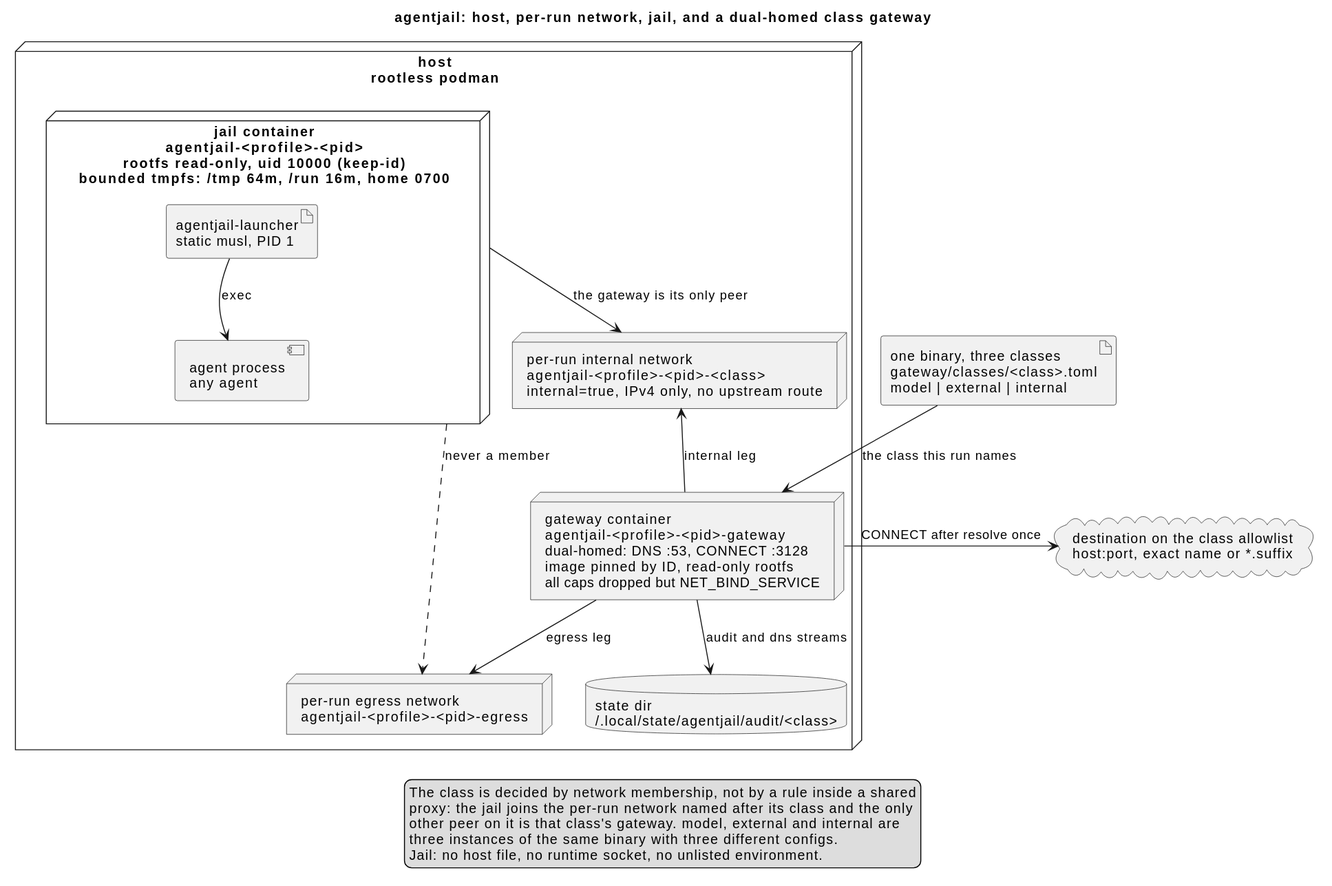
The PlantUML diagram docs/diagrams/deployment.svg in Breinich/agentjail, before a commit.
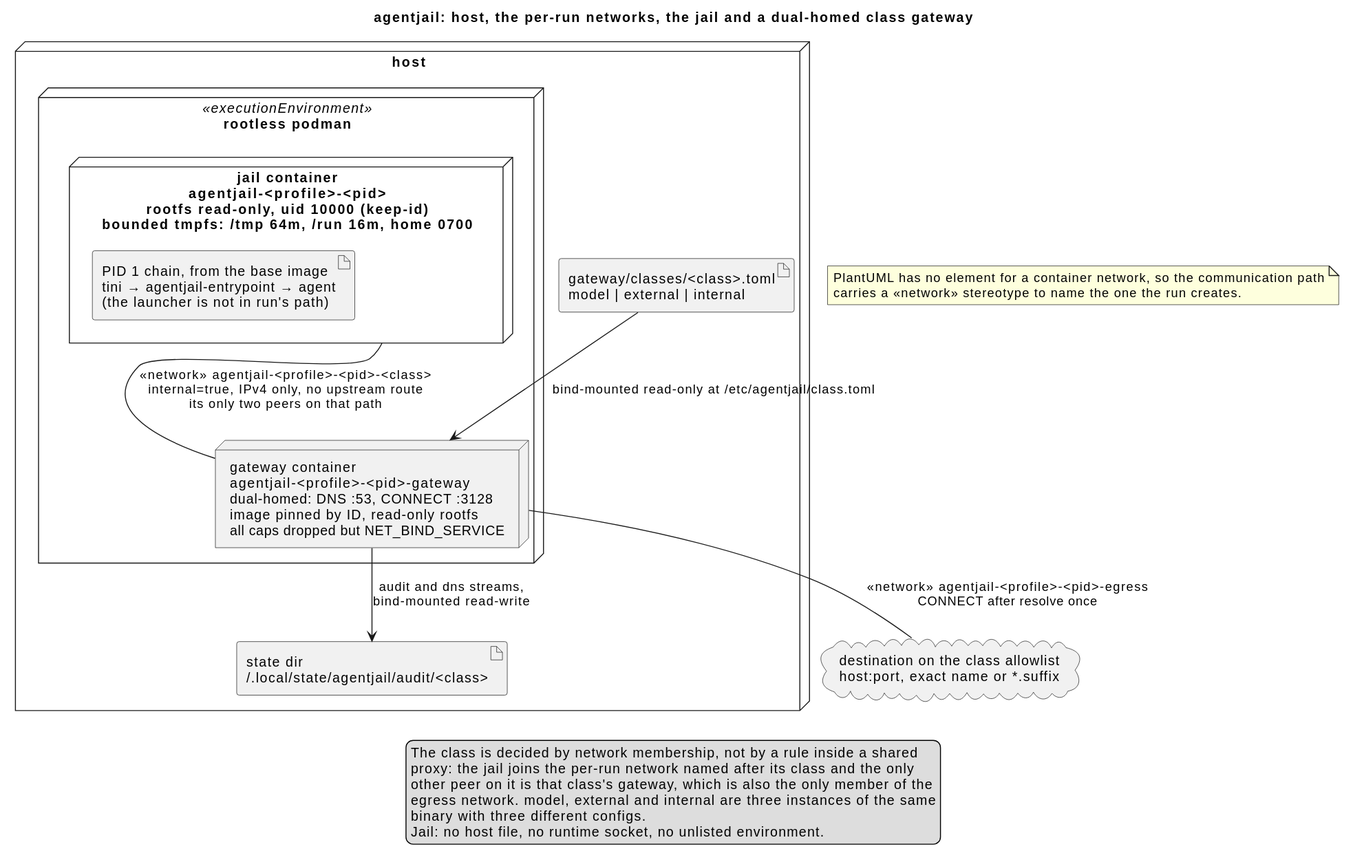
Above is the later version.

Change to the diagram source:
```diff
@@ -1,38 +1,36 @@
 @startuml
-title agentjail: host, per-run network, jail, and a dual-homed class gateway
+title agentjail: host, the per-run networks, the jail and a dual-homed class gateway
 
-node "host\nrootless podman" as host {
-  node "jail container\nagentjail-<profile>-<pid>\nrootfs read-only, uid 10000 (keep-id)\nbounded tmpfs: /tmp 64m, /run 16m, home 0700" as jail {
-    artifact "agentjail-launcher\nstatic musl, PID 1" as launcher
-    component "agent process\nany agent" as agent
+node "host" as host {
+  node "rootless podman" <<executionEnvironment>> as runtime {
+    node "jail container\nagentjail-<profile>-<pid>\nrootfs read-only, uid 10000 (keep-id)\nbounded tmpfs: /tmp 64m, /run 16m, home 0700" as jail {
+      artifact "PID 1 chain, from the base image\ntini → agentjail-entrypoint → agent\n(the launcher is not in run's path)" as init
+    }
+    node "gateway container\nagentjail-<profile>-<pid>-gateway\ndual-homed: DNS :53, CONNECT :3128\nimage pinned by ID, read-only rootfs\nall caps dropped but NET_BIND_SERVICE" as gateway
   }
 
-  node "per-run internal network\nagentjail-<profile>-<pid>-<class>\ninternal=true, IPv4 only, no upstream route" as internal
-
-  node "gateway container\nagentjail-<profile>-<pid>-gateway\ndual-homed: DNS :53, CONNECT :3128\nimage pinned by ID, read-only rootfs\nall caps dropped but NET_BIND_SERVICE" as gateway
-
-  node "per-run egress network\nagentjail-<profile>-<pid>-egress" as egress
-
-  database "state dir\n~/.local/state/agentjail/audit/<class>" as state
+  artifact "gateway/classes/<class>.toml\nmodel | external | internal" as classcfg
+  artifact "state dir\n~/.local/state/agentjail/audit/<class>" as state
 }
 
-artifact "one binary, three classes\ngateway/classes/<class>.toml\nmodel | external | internal" as classcfg
 cloud "destination on the class allowlist\nhost:port, exact name or *.suffix" as destination
 
-launcher --> agent : exec
-jail -down-> internal : the gateway is its only peer
-gateway -up-> internal : internal leg
-gateway -down-> egress : egress leg
-gateway -down-> state : audit and dns streams
-gateway -right-> destination : CONNECT after resolve once
-classcfg -down-> gateway : the class this run names
-jail ..> egress : never a member
+classcfg --> gateway : bind-mounted read-only at /etc/agentjail/class.toml
+jail -- gateway : «network» agentjail-<profile>-<pid>-<class>\ninternal=true, IPv4 only, no upstream route\nits only two peers on that path
+gateway -- destination : «network» agentjail-<profile>-<pid>-egress\nCONNECT after resolve once
+gateway --> state : audit and dns streams,\nbind-mounted read-write
+
+note as netnote
+  PlantUML has no element for a container network, so the communication path
+  carries a «network» stereotype to name the one the run creates.
+end note
 
 legend bottom
   The class is decided by network membership, not by a rule inside a shared
   proxy: the jail joins the per-run network named after its class and the only
-  other peer on it is that class's gateway. model, external and internal are
-  three instances of the same binary with three different configs.
+  other peer on it is that class's gateway, which is also the only member of the
+  egress network. model, external and internal are three instances of the same
+  binary with three different configs.
   Jail: no host file, no runtime socket, no unlisted environment.
 endlegend
 @enduml
```
